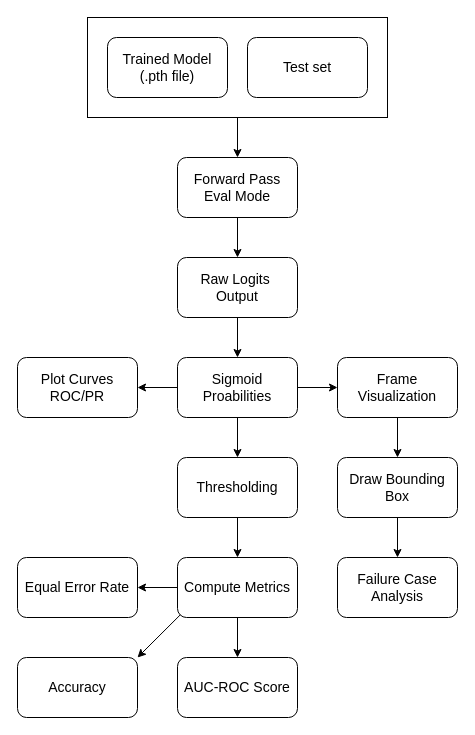
Above: DeepfakeEvaluation.drawio in lukas0173/Draw.io (draw.io), before the change. Source tidied: cells renumbered, new cells numbered last; positions are measured from the earlier drawing's top-left corner, leaving out a move shared by most shapes. Both pictures are drawn from the tidied source at 100%, with x=0, y=0 at pixel (17, 17).
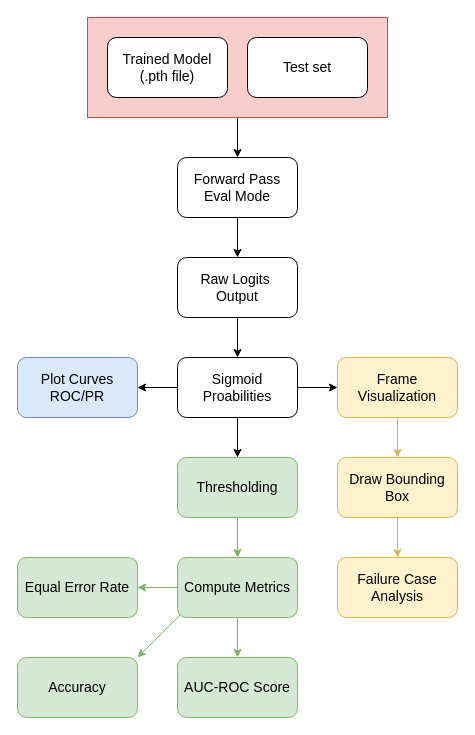
After the change.

What changed in the source:
```diff
@@
-    <mxCell id="3" style="rounded=0;whiteSpace=wrap;html=1;" parent="1" vertex="1">
+    <mxCell id="3" style="rounded=0;whiteSpace=wrap;html=1;fillColor=#f8cecc;strokeColor=#b85450;" parent="1" vertex="1">
       <mxGeometry x="70" width="300" height="100" as="geometry" />
     </mxCell>
@@
-    <mxCell id="14" style="edgeStyle=orthogonalEdgeStyle;rounded=0;jettySize=auto;html=1;" parent="1" edge="1" source="15" target="20">
+    <mxCell id="14" style="edgeStyle=orthogonalEdgeStyle;rounded=0;jettySize=auto;html=1;fillColor=#d5e8d4;strokeColor=#82b366;" parent="1" edge="1" source="15" target="20">
       <mxGeometry relative="1" as="geometry" />
     </mxCell>
-    <mxCell id="15" value="Thresholding" style="rounded=1;whiteSpace=wrap;html=1;fontSize=14;" parent="1" vertex="1">
+    <mxCell id="15" value="Thresholding" style="rounded=1;whiteSpace=wrap;html=1;fontSize=14;fillColor=#d5e8d4;strokeColor=#82b366;" parent="1" vertex="1">
       <mxGeometry x="160" y="440" width="120" height="60" as="geometry" />
     </mxCell>
-    <mxCell id="16" style="edgeStyle=orthogonalEdgeStyle;rounded=0;jettySize=auto;html=1;" parent="1" edge="1" source="17" target="25">
+    <mxCell id="16" style="edgeStyle=orthogonalEdgeStyle;rounded=0;jettySize=auto;html=1;fillColor=#fff2cc;strokeColor=#d6b656;" parent="1" edge="1" source="17" target="25">
       <mxGeometry relative="1" as="geometry" />
     </mxCell>
-    <mxCell id="17" value="Frame&lt;div&gt;Visualization&lt;/div&gt;" style="rounded=1;whiteSpace=wrap;html=1;fontSize=14;" parent="1" vertex="1">
+    <mxCell id="17" value="Frame&lt;div&gt;Visualization&lt;/div&gt;" style="rounded=1;whiteSpace=wrap;html=1;fontSize=14;fillColor=#fff2cc;strokeColor=#d6b656;" parent="1" vertex="1">
       <mxGeometry x="320" y="340" width="120" height="60" as="geometry" />
     </mxCell>
-    <mxCell id="18" style="edgeStyle=orthogonalEdgeStyle;rounded=0;jettySize=auto;html=1;" parent="1" edge="1" source="20" target="23">
+    <mxCell id="18" style="edgeStyle=orthogonalEdgeStyle;rounded=0;jettySize=auto;html=1;fillColor=#d5e8d4;strokeColor=#82b366;" parent="1" edge="1" source="20" target="23">
       <mxGeometry relative="1" as="geometry" />
     </mxCell>
-    <mxCell id="19" style="edgeStyle=orthogonalEdgeStyle;rounded=0;jettySize=auto;html=1;" parent="1" edge="1" source="20" target="22">
+    <mxCell id="19" style="edgeStyle=orthogonalEdgeStyle;rounded=0;jettySize=auto;html=1;fillColor=#d5e8d4;strokeColor=#82b366;" parent="1" edge="1" source="20" target="22">
       <mxGeometry relative="1" as="geometry" />
     </mxCell>
-    <mxCell id="20" value="Compute Metrics" style="rounded=1;whiteSpace=wrap;html=1;fontSize=14;" parent="1" vertex="1">
+    <mxCell id="20" value="Compute Metrics" style="rounded=1;whiteSpace=wrap;html=1;fontSize=14;fillColor=#d5e8d4;strokeColor=#82b366;" parent="1" vertex="1">
       <mxGeometry x="160" y="540" width="120" height="60" as="geometry" />
     </mxCell>
-    <mxCell id="21" value="Accuracy" style="rounded=1;whiteSpace=wrap;html=1;fontSize=14;" parent="1" vertex="1">
+    <mxCell id="21" value="Accuracy" style="rounded=1;whiteSpace=wrap;html=1;fontSize=14;fillColor=#d5e8d4;strokeColor=#82b366;" parent="1" vertex="1">
       <mxGeometry y="640" width="120" height="60" as="geometry" />
     </mxCell>
-    <mxCell id="22" value="AUC-ROC Score" style="rounded=1;whiteSpace=wrap;html=1;fontSize=14;" parent="1" vertex="1">
+    <mxCell id="22" value="AUC-ROC Score" style="rounded=1;whiteSpace=wrap;html=1;fontSize=14;fillColor=#d5e8d4;strokeColor=#82b366;" parent="1" vertex="1">
       <mxGeometry x="160" y="640" width="120" height="60" as="geometry" />
     </mxCell>
-    <mxCell id="23" value="Equal Error Rate" style="rounded=1;whiteSpace=wrap;html=1;fontSize=14;" parent="1" vertex="1">
+    <mxCell id="23" value="Equal Error Rate" style="rounded=1;whiteSpace=wrap;html=1;fontSize=14;fillColor=#d5e8d4;strokeColor=#82b366;" parent="1" vertex="1">
       <mxGeometry y="540" width="120" height="60" as="geometry" />
     </mxCell>
-    <mxCell id="24" style="edgeStyle=orthogonalEdgeStyle;rounded=0;jettySize=auto;html=1;" parent="1" edge="1" source="25" target="27">
+    <mxCell id="24" style="edgeStyle=orthogonalEdgeStyle;rounded=0;jettySize=auto;html=1;fillColor=#fff2cc;strokeColor=#d6b656;" parent="1" edge="1" source="25" target="27">
       <mxGeometry relative="1" as="geometry" />
     </mxCell>
-    <mxCell id="25" value="Draw Bounding Box" style="rounded=1;whiteSpace=wrap;html=1;fontSize=14;" parent="1" vertex="1">
+    <mxCell id="25" value="Draw Bounding Box" style="rounded=1;whiteSpace=wrap;html=1;fontSize=14;fillColor=#fff2cc;strokeColor=#d6b656;" parent="1" vertex="1">
       <mxGeometry x="320" y="440" width="120" height="60" as="geometry" />
     </mxCell>
-    <mxCell id="26" value="Plot Curves&lt;div&gt;ROC/PR&lt;/div&gt;" style="rounded=1;whiteSpace=wrap;html=1;fontSize=14;" parent="1" vertex="1">
+    <mxCell id="26" value="Plot Curves&lt;div&gt;ROC/PR&lt;/div&gt;" style="rounded=1;whiteSpace=wrap;html=1;fontSize=14;fillColor=#dae8fc;strokeColor=#6c8ebf;" parent="1" vertex="1">
       <mxGeometry y="340" width="120" height="60" as="geometry" />
     </mxCell>
-    <mxCell id="27" value="Failure Case&lt;div&gt;Analysis&lt;/div&gt;" style="rounded=1;whiteSpace=wrap;html=1;fontSize=14;" parent="1" vertex="1">
+    <mxCell id="27" value="Failure Case&lt;div&gt;Analysis&lt;/div&gt;" style="rounded=1;whiteSpace=wrap;html=1;fontSize=14;fillColor=#fff2cc;strokeColor=#d6b656;" parent="1" vertex="1">
       <mxGeometry x="320" y="540" width="120" height="60" as="geometry" />
     </mxCell>
-    <mxCell id="28" style="endArrow=classic;html=1;rounded=0;entryX=1;entryY=0;entryDx=0;entryDy=0;exitX=0.023;exitY=0.956;exitDx=0;exitDy=0;exitPerimeter=0;" parent="1" edge="1" source="20" target="21">
+    <mxCell id="28" style="endArrow=classic;html=1;rounded=0;entryX=1;entryY=0;entryDx=0;entryDy=0;exitX=0.023;exitY=0.956;exitDx=0;exitDy=0;exitPerimeter=0;fillColor=#d5e8d4;strokeColor=#82b366;" parent="1" edge="1" source="20" target="21">
       <mxGeometry relative="1" as="geometry" />
     </mxCell>
```
